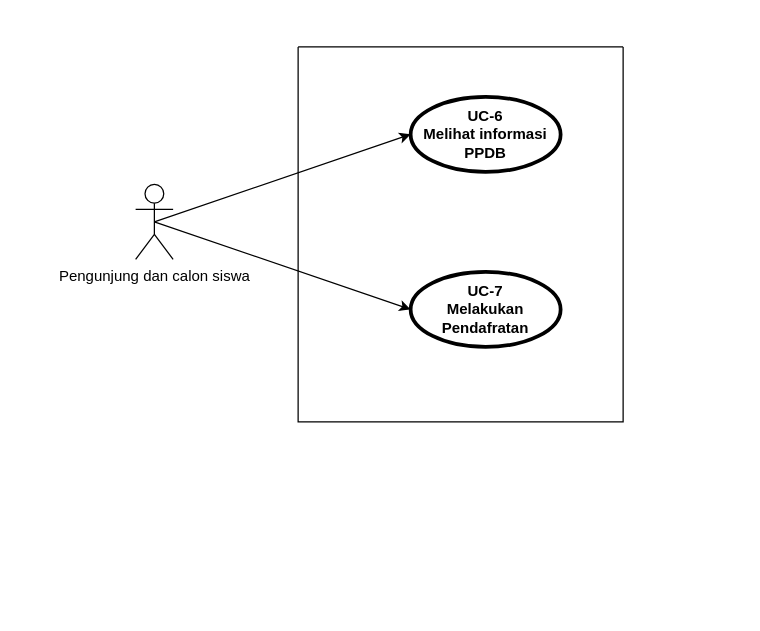
XxGembelxX/Rancangan_KP keeps this draw.io diagram as Usecase Pengunjung dan calon siswa.drawio. Above is the earlier version. Source tidied: cells renumbered, new cells numbered last; positions are measured from the earlier drawing's top-left corner, leaving out a move shared by most shapes. Both pictures are drawn from the tidied source at 125%, with x=0, y=0 at pixel (135, 46).
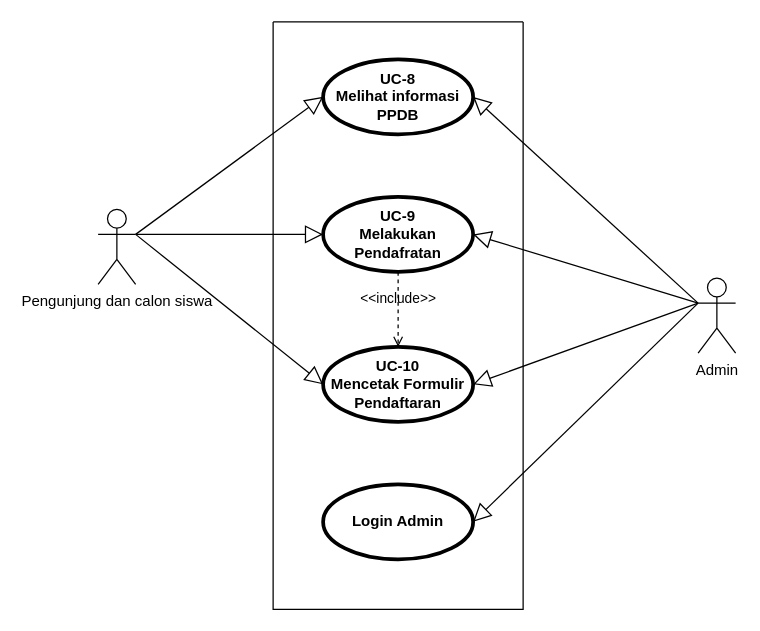
After the change.

The edit, as a diff of the source:
```diff
@@
 <mxGraphModel>
   <root>
     <mxCell id="0" />
     <mxCell id="1" parent="0" />
     <mxCell id="2" style="swimlane;startSize=0;" parent="1" vertex="1">
-      <mxGeometry x="130" width="260" height="300" as="geometry" />
+      <mxGeometry x="110" y="-20" width="200" height="470" as="geometry" />
     </mxCell>
+    <mxCell id="5" value="UC-9&lt;br&gt;Melakukan Pendafratan" style="shape=ellipse;html=1;strokeWidth=3;fontStyle=1;whiteSpace=wrap;align=center;perimeter=ellipsePerimeter;" parent="2" vertex="1">
+      <mxGeometry x="40" y="140" width="120" height="60" as="geometry" />
+    </mxCell>
+    <mxCell id="8" value="UC-10&lt;br&gt;Mencetak Formulir Pendaftaran" style="shape=ellipse;html=1;strokeWidth=3;fontStyle=1;whiteSpace=wrap;align=center;perimeter=ellipsePerimeter;" parent="2" vertex="1">
+      <mxGeometry x="40" y="260" width="120" height="60" as="geometry" />
+    </mxCell>
+    <mxCell id="9" value="&amp;lt;&amp;lt;include&amp;gt;&amp;gt;" style="edgeStyle=none;html=1;endArrow=open;verticalAlign=bottom;dashed=1;labelBackgroundColor=none;rounded=0;exitX=0.5;exitY=1;exitDx=0;exitDy=0;entryX=0.5;entryY=0;entryDx=0;entryDy=0;" parent="2" edge="1" source="5" target="8">
+      <mxGeometry relative="1" as="geometry" />
+    </mxCell>
+    <mxCell id="4" value="UC-8&lt;br&gt;Melihat informasi PPDB" style="shape=ellipse;html=1;strokeWidth=3;fontStyle=1;whiteSpace=wrap;align=center;perimeter=ellipsePerimeter;" parent="2" vertex="1">
+      <mxGeometry x="40" y="30" width="120" height="60" as="geometry" />
+    </mxCell>
+    <mxCell id="10" value="Login Admin" style="shape=ellipse;html=1;strokeWidth=3;fontStyle=1;whiteSpace=wrap;align=center;perimeter=ellipsePerimeter;" parent="2" vertex="1">
+      <mxGeometry x="40" y="370" width="120" height="60" as="geometry" />
+    </mxCell>
     <mxCell id="3" value="Pengunjung dan calon siswa" style="shape=umlActor;html=1;verticalLabelPosition=bottom;verticalAlign=top;align=center;" parent="1" vertex="1">
-      <mxGeometry y="110" width="30" height="60" as="geometry" />
+      <mxGeometry x="-30" y="130" width="30" height="60" as="geometry" />
     </mxCell>
-    <mxCell id="4" value="UC-6&lt;br&gt;Melihat informasi PPDB" style="shape=ellipse;html=1;strokeWidth=3;fontStyle=1;whiteSpace=wrap;align=center;perimeter=ellipsePerimeter;" parent="1" vertex="1">
-      <mxGeometry x="220" y="40" width="120" height="60" as="geometry" />
-    </mxCell>
-    <mxCell id="5" value="UC-7&lt;br&gt;Melakukan Pendafratan" style="shape=ellipse;html=1;strokeWidth=3;fontStyle=1;whiteSpace=wrap;align=center;perimeter=ellipsePerimeter;" parent="1" vertex="1">
-      <mxGeometry x="220" y="180" width="120" height="60" as="geometry" />
-    </mxCell>
+    <mxCell id="11" style="edgeStyle=none;html=1;endArrow=block;endFill=0;endSize=12;verticalAlign=bottom;rounded=0;exitX=1;exitY=0.3333333333333333;exitDx=0;exitDy=0;exitPerimeter=0;entryX=0;entryY=0.5;entryDx=0;entryDy=0;" parent="1" edge="1" source="3" target="8">
+      <mxGeometry relative="1" as="geometry" />
+    </mxCell>
+    <mxCell id="7" style="edgeStyle=none;html=1;endArrow=block;endFill=0;endSize=12;verticalAlign=bottom;rounded=0;exitX=1;exitY=0.3333333333333333;exitDx=0;exitDy=0;exitPerimeter=0;entryX=0;entryY=0.5;entryDx=0;entryDy=0;" parent="1" edge="1" source="3" target="5">
+      <mxGeometry relative="1" as="geometry" />
+    </mxCell>
-    <mxCell id="6" style="endArrow=classic;html=1;rounded=0;exitX=0.5;exitY=0.5;exitDx=0;exitDy=0;exitPerimeter=0;entryX=0;entryY=0.5;entryDx=0;entryDy=0;" parent="1" edge="1" source="3" target="4">
+    <mxCell id="6" style="edgeStyle=none;html=1;endArrow=block;endFill=0;endSize=12;verticalAlign=bottom;rounded=0;exitX=1;exitY=0.3333333333333333;exitDx=0;exitDy=0;exitPerimeter=0;entryX=0;entryY=0.5;entryDx=0;entryDy=0;" parent="1" edge="1" source="3" target="4">
       <mxGeometry relative="1" as="geometry" />
     </mxCell>
-    <mxCell id="7" style="endArrow=classic;html=1;rounded=0;exitX=0.5;exitY=0.5;exitDx=0;exitDy=0;exitPerimeter=0;entryX=0;entryY=0.5;entryDx=0;entryDy=0;" parent="1" edge="1" source="3" target="5">
-      <mxGeometry relative="1" as="geometry" />
-    </mxCell>
+    <mxCell id="12" value="Admin" style="shape=umlActor;html=1;verticalLabelPosition=bottom;verticalAlign=top;align=center;" parent="1" vertex="1">
+      <mxGeometry x="450" y="185" width="30" height="60" as="geometry" />
+    </mxCell>
+    <mxCell id="13" style="edgeStyle=none;html=1;endArrow=block;endFill=0;endSize=12;verticalAlign=bottom;rounded=0;exitX=0;exitY=0.3333333333333333;exitDx=0;exitDy=0;exitPerimeter=0;entryX=1;entryY=0.5;entryDx=0;entryDy=0;" parent="1" edge="1" source="12" target="4">
+      <mxGeometry relative="1" as="geometry" />
+    </mxCell>
+    <mxCell id="14" style="edgeStyle=none;html=1;endArrow=block;endFill=0;endSize=12;verticalAlign=bottom;rounded=0;exitX=0;exitY=0.3333333333333333;exitDx=0;exitDy=0;exitPerimeter=0;entryX=1;entryY=0.5;entryDx=0;entryDy=0;" parent="1" edge="1" source="12" target="5">
+      <mxGeometry relative="1" as="geometry" />
+    </mxCell>
+    <mxCell id="15" style="edgeStyle=none;html=1;endArrow=block;endFill=0;endSize=12;verticalAlign=bottom;rounded=0;exitX=0;exitY=0.3333333333333333;exitDx=0;exitDy=0;exitPerimeter=0;entryX=1;entryY=0.5;entryDx=0;entryDy=0;" parent="1" edge="1" source="12" target="8">
+      <mxGeometry relative="1" as="geometry" />
+    </mxCell>
+    <mxCell id="16" style="edgeStyle=none;html=1;endArrow=block;endFill=0;endSize=12;verticalAlign=bottom;rounded=0;exitX=0;exitY=0.3333333333333333;exitDx=0;exitDy=0;exitPerimeter=0;entryX=1;entryY=0.5;entryDx=0;entryDy=0;" parent="1" edge="1" source="12" target="10">
+      <mxGeometry relative="1" as="geometry" />
+    </mxCell>
   </root>
 </mxGraphModel>
```
